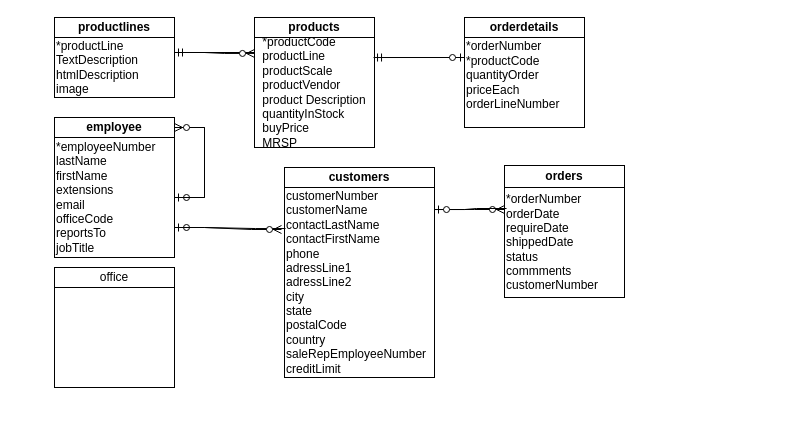
This is Untitled Diagram.drawio from hanif939/Project-DataWarehouse, a draw.io file, before an edit. Source tidied: cells renumbered, new cells numbered last; positions are measured from the earlier drawing's top-left corner, leaving out a move shared by most shapes. Both pictures are drawn from the tidied source at 100%, with x=0, y=0 at pixel (54, 17).
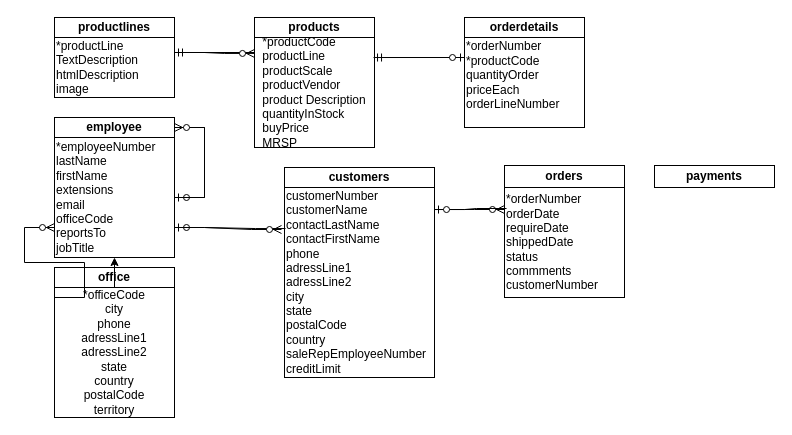
The same diagram, later.

Commit message:
UTS Data Warehouse.drawio

Unchanged cells that the change refers to:
```xml
<mxCell id="13" value="&lt;div align=&quot;left&quot;&gt;*employeeNumber&lt;/div&gt;&lt;div align=&quot;left&quot;&gt;lastName&lt;/div&gt;&lt;div align=&quot;left&quot;&gt;firstName&lt;/div&gt;&lt;div align=&quot;left&quot;&gt;extensions&lt;/div&gt;&lt;div align=&quot;left&quot;&gt;email&lt;/div&gt;&lt;div align=&quot;left&quot;&gt;officeCode&lt;/div&gt;&lt;div align=&quot;left&quot;&gt;reportsTo&lt;/div&gt;&lt;div align=&quot;left&quot;&gt;jobTitle&lt;br&gt;&lt;/div&gt;" style="rounded=0;whiteSpace=wrap;html=1;align=left;" parent="1" vertex="1">
  <mxGeometry y="120" width="120" height="120" as="geometry" />
</mxCell>
```

What changed in the source:
```diff
@@
-    <mxCell id="24" value="office" style="rounded=0;whiteSpace=wrap;html=1;" parent="1" vertex="1">
+    <mxCell id="24" value="&lt;b&gt;office&lt;/b&gt;" style="rounded=0;whiteSpace=wrap;html=1;" parent="1" vertex="1">
       <mxGeometry y="250" width="120" height="20" as="geometry" />
     </mxCell>
+    <mxCell id="26" style="edgeStyle=orthogonalEdgeStyle;rounded=0;jettySize=auto;html=1;" parent="1" edge="1" source="25" target="13">
+      <mxGeometry relative="1" as="geometry" />
+    </mxCell>
-    <mxCell id="25" style="rounded=0;whiteSpace=wrap;html=1;" parent="1" vertex="1">
-      <mxGeometry y="270" width="120" height="100" as="geometry" />
+    <mxCell id="25" value="&lt;div&gt;*officeCode&lt;/div&gt;&lt;div&gt;city&lt;/div&gt;&lt;div&gt;phone&lt;/div&gt;&lt;div&gt;adressLine1&lt;/div&gt;&lt;div&gt;adressLine2&lt;/div&gt;&lt;div&gt;state&lt;/div&gt;&lt;div&gt;country&lt;/div&gt;&lt;div&gt;postalCode&lt;/div&gt;&lt;div&gt;territory&lt;br&gt;&lt;/div&gt;" style="rounded=0;whiteSpace=wrap;html=1;" parent="1" vertex="1">
+      <mxGeometry y="270" width="120" height="130" as="geometry" />
     </mxCell>
+    <mxCell id="27" value="&lt;b&gt;payments&lt;/b&gt;" style="rounded=0;whiteSpace=wrap;html=1;" parent="1" vertex="1">
+      <mxGeometry x="600" y="148" width="120" height="22" as="geometry" />
+    </mxCell>
+    <mxCell id="28" style="edgeStyle=entityRelationEdgeStyle;fontSize=12;html=1;endArrow=ERzeroToMany;endFill=1;rounded=0;entryX=1;entryY=0.5;entryDx=0;entryDy=0;" parent="1" edge="1">
+      <mxGeometry relative="1" as="geometry">
+        <mxPoint y="280" as="sourcePoint" />
+        <mxPoint y="210" as="targetPoint" />
+      </mxGeometry>
+    </mxCell>
```
